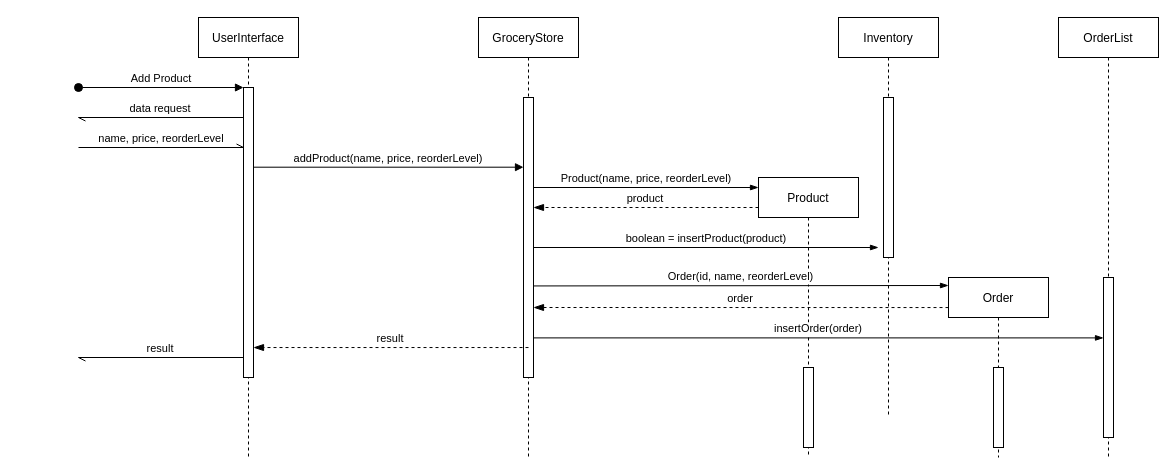
Above: Class Diagrams/Sequences/addProduct.drawio in qaalib101/ICS372GroupProject1 (draw.io), before the change. Source tidied: cells renumbered, new cells numbered last; positions are measured from the earlier drawing's top-left corner, leaving out a move shared by most shapes. Both pictures are drawn from the tidied source at 100%, with x=0, y=0 at pixel (78, 17).
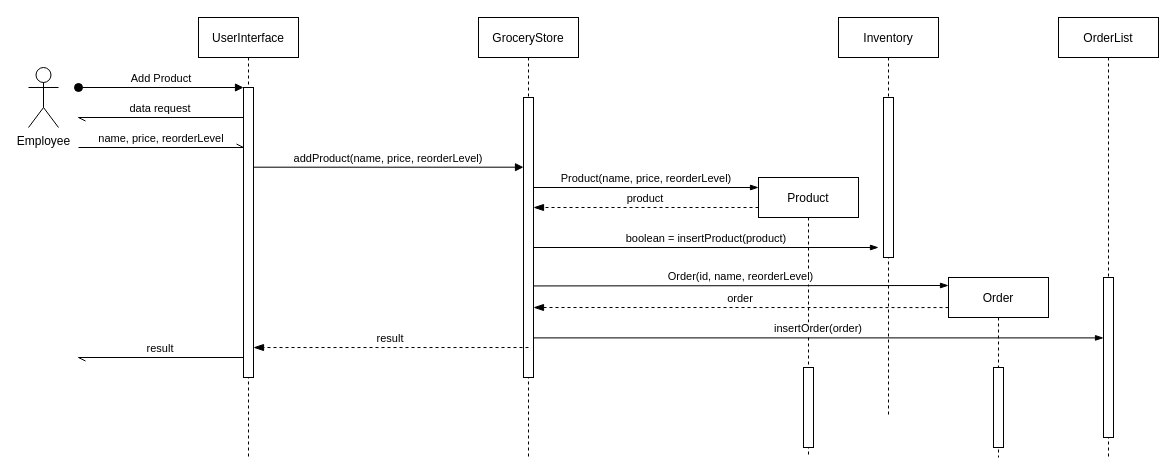
The same diagram, later.

Change to the diagram source:
```diff
@@
+    <mxCell id="26" value="Employee" style="shape=umlActor;verticalLabelPosition=bottom;verticalAlign=top;html=1;" parent="1" vertex="1">
+      <mxGeometry x="-50" y="50" width="30" height="60" as="geometry" />
+    </mxCell>
```
